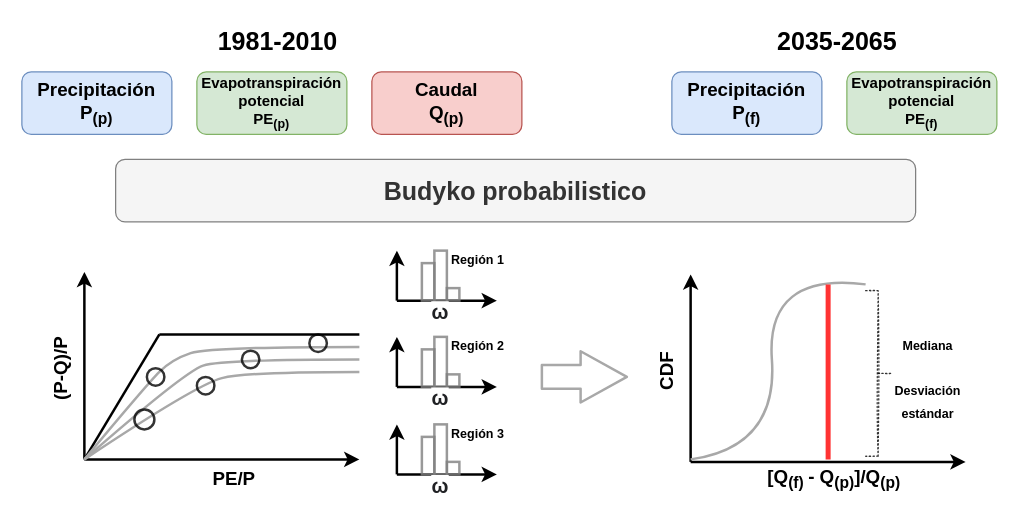
This is sns_wa_atlas_workflow.drawio from adrHuerta/diagrams, a draw.io file, before an edit. Source tidied: cells renumbered, new cells numbered last; positions are measured from the earlier drawing's top-left corner, leaving out a move shared by most shapes. Both pictures are drawn from the tidied source at 125%, with x=0, y=0 at pixel (21, 21).
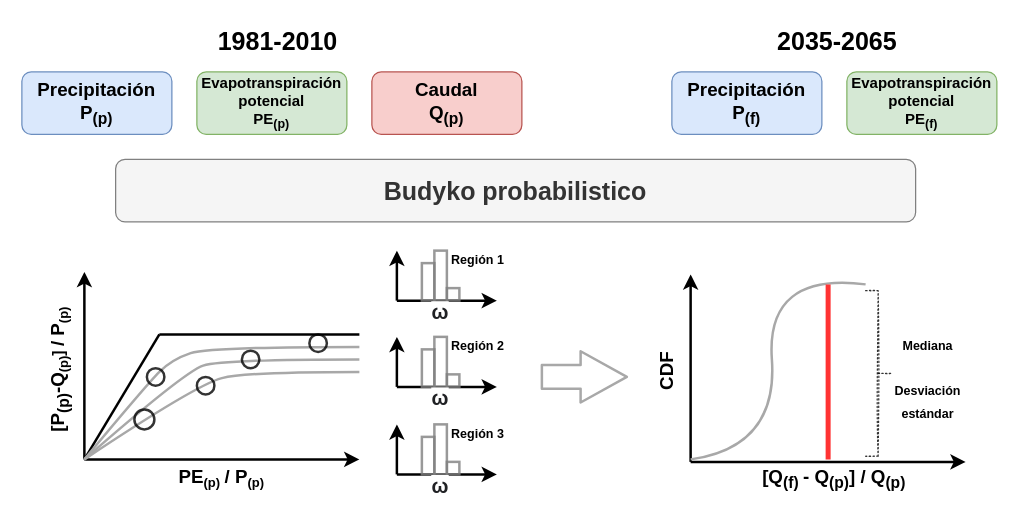
The same page after the edit.

The change refers to these unchanged cells:
```xml
<mxCell id="2" style="group;" parent="1" vertex="1">
  <mxGeometry width="780" height="382" as="geometry" />
</mxCell>
<mxCell id="12" style="group;" parent="10" vertex="1">
  <mxGeometry y="10" width="375" height="199" as="geometry" />
</mxCell>
```

Change to the diagram source:
```diff
@@
-    <mxCell id="30" value="PE/P" style="text;html=1;strokeColor=none;fillColor=none;align=center;verticalAlign=middle;whiteSpace=wrap;rounded=0;shadow=0;glass=0;labelBackgroundColor=none;labelBorderColor=none;fontSize=15;opacity=80;fontStyle=1;" parent="12" vertex="1">
-      <mxGeometry x="125" y="167" width="60" height="30" as="geometry" />
+    <mxCell id="30" value="PE&lt;span style=&quot;font-size: 12.5px&quot;&gt;&lt;sub&gt;(p)&lt;/sub&gt;&amp;nbsp;&lt;/span&gt;/ P&lt;span style=&quot;font-size: 12.5px&quot;&gt;&lt;sub&gt;(p)&lt;/sub&gt;&lt;/span&gt;" style="text;html=1;strokeColor=none;fillColor=none;align=center;verticalAlign=middle;whiteSpace=wrap;rounded=0;shadow=0;glass=0;labelBackgroundColor=none;labelBorderColor=none;fontSize=15;opacity=80;fontStyle=1;" parent="12" vertex="1">
+      <mxGeometry x="30" y="167" width="230" height="30" as="geometry" />
     </mxCell>
-    <mxCell id="31" value="(P-Q)/P" style="text;html=1;strokeColor=none;fillColor=none;align=center;verticalAlign=middle;whiteSpace=wrap;rounded=0;shadow=0;glass=0;labelBackgroundColor=none;labelBorderColor=none;fontSize=15;opacity=80;fontStyle=1;rotation=-90;" parent="12" vertex="1">
-      <mxGeometry x="-15" y="79.5" width="60" height="30" as="geometry" />
+    <mxCell id="31" value="[P&lt;sub&gt;(p)&lt;/sub&gt;-Q&lt;span style=&quot;font-size: 12.5px&quot;&gt;&lt;sub&gt;(p)&lt;/sub&gt;]&amp;nbsp;&lt;/span&gt;/ P&lt;span style=&quot;font-size: 12.5px&quot;&gt;&lt;sub&gt;(p)&lt;/sub&gt;&lt;/span&gt;" style="text;html=1;strokeColor=none;fillColor=none;align=center;verticalAlign=middle;whiteSpace=wrap;rounded=0;shadow=0;glass=0;labelBackgroundColor=none;labelBorderColor=none;fontSize=15;opacity=80;fontStyle=1;rotation=-90;" parent="12" vertex="1">
+      <mxGeometry x="-51.2" y="80.8" width="132.5" height="30" as="geometry" />
     </mxCell>
@@
-    <mxCell id="51" value="[Q&lt;sub&gt;(f) &lt;/sub&gt;- Q&lt;sub&gt;(p)&lt;/sub&gt;]/Q&lt;sub&gt;(p)&lt;/sub&gt;" style="text;html=1;strokeColor=none;fillColor=none;align=center;verticalAlign=middle;whiteSpace=wrap;rounded=0;shadow=0;glass=0;labelBackgroundColor=none;labelBorderColor=none;fontSize=15;opacity=80;fontStyle=1;" parent="2" vertex="1">
+    <mxCell id="51" value="[Q&lt;sub&gt;(f) &lt;/sub&gt;- Q&lt;sub&gt;(p)&lt;/sub&gt;] / Q&lt;sub&gt;(p)&lt;/sub&gt;" style="text;html=1;strokeColor=none;fillColor=none;align=center;verticalAlign=middle;whiteSpace=wrap;rounded=0;shadow=0;glass=0;labelBackgroundColor=none;labelBorderColor=none;fontSize=15;opacity=80;fontStyle=1;" parent="2" vertex="1">
       <mxGeometry x="575" y="350" width="150" height="30" as="geometry" />
     </mxCell>
```
